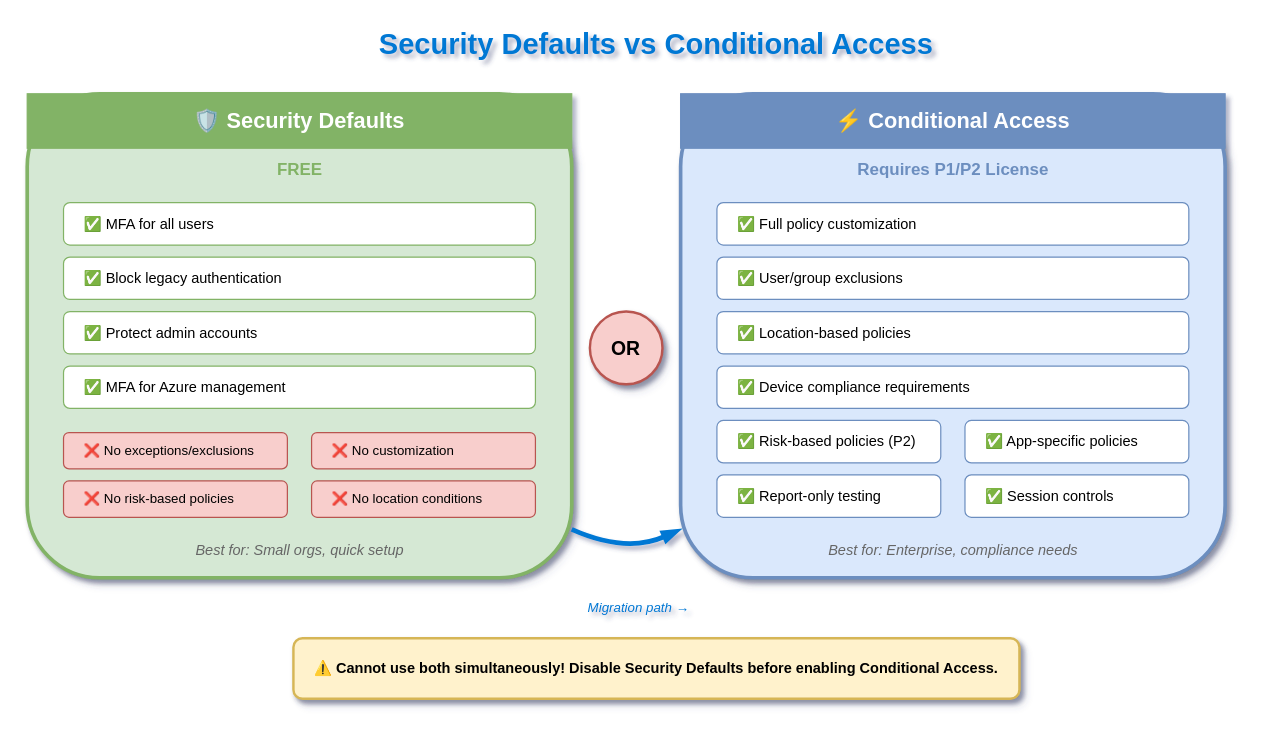
Before: lesson-02-tenant-setup/2.6-security-defaults/diagram.drawio in MrParkerZ7/document-lesson-ad-entra-x-claude, a draw.io diagram. Source tidied: cells renumbered, new cells numbered last; positions are measured from the earlier drawing's top-left corner, leaving out a move shared by most shapes. Both pictures are drawn from the tidied source at 121%, with x=0, y=0 at pixel (27, 21).
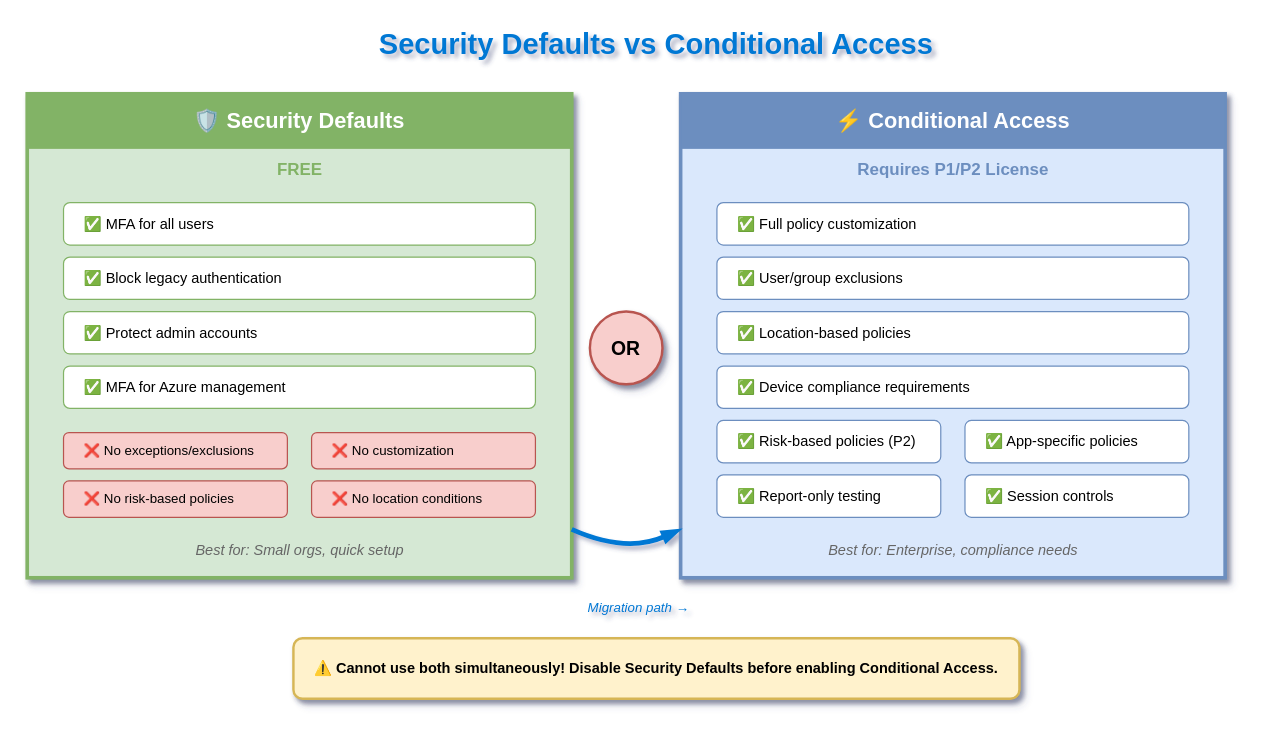
Above is the later version.

What changed in the source:
```diff
@@
-    <mxCell id="3" style="rounded=1;whiteSpace=wrap;html=1;fillColor=#d5e8d4;strokeColor=#82b366;strokeWidth=3;shadow=1;" parent="1" vertex="1">
+    <mxCell id="3" style="rounded=0;whiteSpace=wrap;html=1;fillColor=#d5e8d4;strokeColor=#82b366;strokeWidth=3;shadow=1;" parent="1" vertex="1">
       <mxGeometry y="60" width="450" height="400" as="geometry" />
     </mxCell>
@@
-    <mxCell id="15" style="rounded=1;whiteSpace=wrap;html=1;fillColor=#dae8fc;strokeColor=#6c8ebf;strokeWidth=3;shadow=1;" parent="1" vertex="1">
+    <mxCell id="15" style="rounded=0;whiteSpace=wrap;html=1;fillColor=#dae8fc;strokeColor=#6c8ebf;strokeWidth=3;shadow=1;" parent="1" vertex="1">
       <mxGeometry x="540" y="60" width="450" height="400" as="geometry" />
     </mxCell>
```
